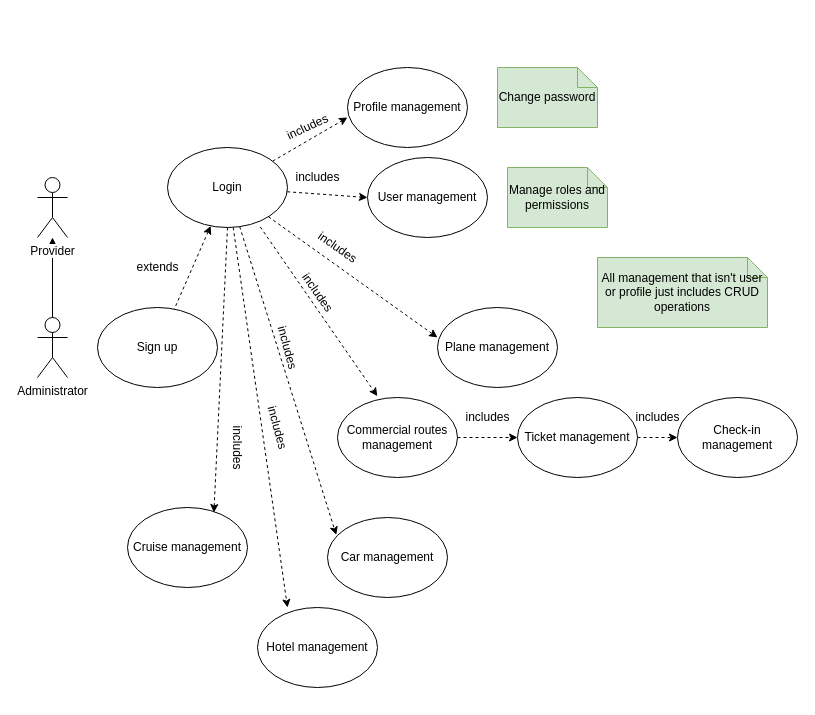
NeutronBlast/IS-Ex keeps this draw.io diagram as Vacanze/Use cases.drawio. Above is the earlier version. Source tidied: cells renumbered, new cells numbered last; positions are measured from the earlier drawing's top-left corner, leaving out a move shared by most shapes. Both pictures are drawn from the tidied source at 100%, with x=0, y=0 at pixel (37, 67).
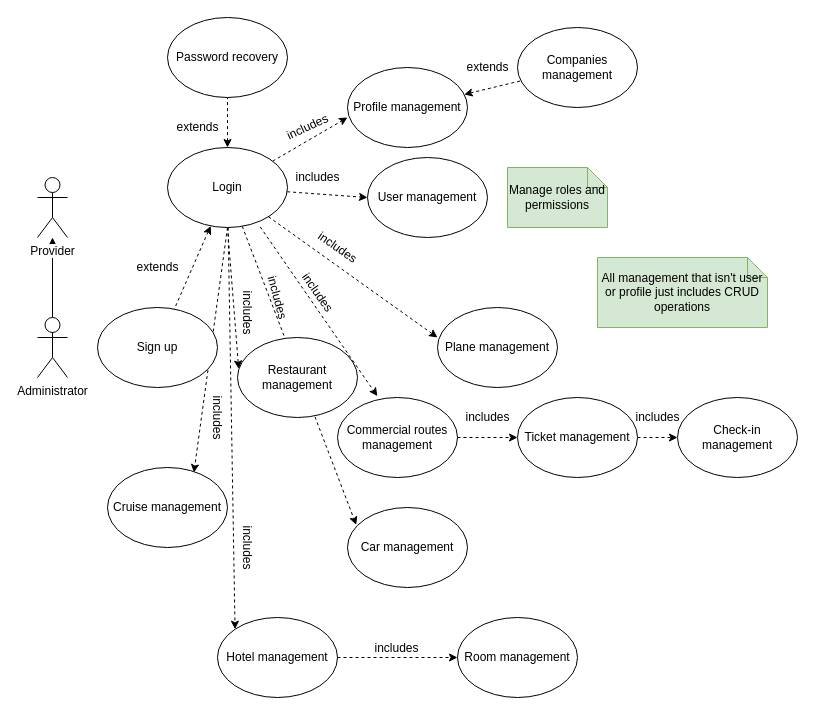
The same page after the edit.

The change refers to these unchanged cells:
```xml
<mxCell id="11" value="Login" style="ellipse;whiteSpace=wrap;html=1;" parent="1" vertex="1">
  <mxGeometry x="130" y="80" width="120" height="80" as="geometry" />
</mxCell>
<mxCell id="13" value="Profile management" style="ellipse;whiteSpace=wrap;html=1;" parent="1" vertex="1">
  <mxGeometry x="310" width="120" height="80" as="geometry" />
</mxCell>
```

Diff of the diagram source:
```diff
@@
-    <mxCell id="9" style="edgeStyle=none;rounded=0;jettySize=auto;html=1;dashed=1;startArrow=none;startFill=0;endArrow=classic;endFill=1;" parent="1" edge="1" source="11">
-      <mxGeometry relative="1" as="geometry">
-        <mxPoint x="250" y="540" as="targetPoint" />
-      </mxGeometry>
+    <mxCell id="9" style="edgeStyle=none;rounded=0;jettySize=auto;html=1;dashed=1;startArrow=none;startFill=0;endArrow=classic;endFill=1;entryX=0;entryY=0;entryDx=0;entryDy=0;" parent="1" edge="1" source="11" target="30">
+      <mxGeometry relative="1" as="geometry" />
     </mxCell>
@@
+    <mxCell id="39" style="rounded=0;jettySize=auto;html=1;exitX=0.5;exitY=1;exitDx=0;exitDy=0;entryX=0.01;entryY=0.393;entryDx=0;entryDy=0;entryPerimeter=0;dashed=1;" parent="1" edge="1" source="11" target="43">
+      <mxGeometry relative="1" as="geometry" />
+    </mxCell>
+    <mxCell id="40" style="edgeStyle=orthogonalEdgeStyle;rounded=0;jettySize=auto;html=1;exitX=0.5;exitY=0;exitDx=0;exitDy=0;entryX=0.5;entryY=1;entryDx=0;entryDy=0;dashed=1;endArrow=none;endFill=0;startArrow=classic;startFill=1;" parent="1" edge="1" source="11" target="45">
+      <mxGeometry relative="1" as="geometry" />
+    </mxCell>
@@
+    <mxCell id="41" style="rounded=0;jettySize=auto;html=1;endArrow=none;endFill=0;startArrow=classic;startFill=1;dashed=1;" parent="1" edge="1" source="13" target="47">
+      <mxGeometry relative="1" as="geometry" />
+    </mxCell>
@@
-    <mxCell id="16" value="Change password" style="shape=note;size=20;whiteSpace=wrap;html=1;fillColor=#d5e8d4;strokeColor=#82b366;" parent="1" vertex="1">
-      <mxGeometry x="460" width="100" height="60" as="geometry" />
-    </mxCell>
@@
     <mxCell id="29" value="Car management" style="ellipse;whiteSpace=wrap;html=1;" parent="1" vertex="1">
-      <mxGeometry x="290" y="450" width="120" height="80" as="geometry" />
+      <mxGeometry x="310" y="440" width="120" height="80" as="geometry" />
     </mxCell>
+    <mxCell id="42" style="edgeStyle=orthogonalEdgeStyle;rounded=0;jettySize=auto;html=1;endArrow=classic;endFill=1;dashed=1;" parent="1" edge="1" source="30">
+      <mxGeometry relative="1" as="geometry">
+        <mxPoint x="420" y="590" as="targetPoint" />
+      </mxGeometry>
+    </mxCell>
     <mxCell id="30" value="Hotel management" style="ellipse;whiteSpace=wrap;html=1;" parent="1" vertex="1">
-      <mxGeometry x="220" y="540" width="120" height="80" as="geometry" />
+      <mxGeometry x="180" y="550" width="120" height="80" as="geometry" />
     </mxCell>
     <mxCell id="31" value="Cruise management" style="ellipse;whiteSpace=wrap;html=1;" parent="1" vertex="1">
-      <mxGeometry x="90" y="440" width="120" height="80" as="geometry" />
+      <mxGeometry x="70" y="400" width="120" height="80" as="geometry" />
     </mxCell>
@@
     <mxCell id="36" value="includes" style="text;html=1;align=center;verticalAlign=middle;rotation=75;" parent="1" vertex="1">
-      <mxGeometry x="220" y="270" width="60" height="20" as="geometry" />
+      <mxGeometry x="210" y="220" width="60" height="20" as="geometry" />
     </mxCell>
-    <mxCell id="37" value="includes" style="text;html=1;align=center;verticalAlign=middle;rotation=75;" parent="1" vertex="1">
-      <mxGeometry x="210" y="350" width="60" height="20" as="geometry" />
+    <mxCell id="37" value="includes" style="text;html=1;align=center;verticalAlign=middle;rotation=90;" parent="1" vertex="1">
+      <mxGeometry x="180" y="235" width="60" height="20" as="geometry" />
     </mxCell>
     <mxCell id="38" value="includes" style="text;html=1;align=center;verticalAlign=middle;rotation=90;" parent="1" vertex="1">
-      <mxGeometry x="170" y="370" width="60" height="20" as="geometry" />
+      <mxGeometry x="150" y="340" width="60" height="20" as="geometry" />
     </mxCell>
+    <mxCell id="43" value="Restaurant management" style="ellipse;whiteSpace=wrap;html=1;" parent="1" vertex="1">
+      <mxGeometry x="200" y="270" width="120" height="80" as="geometry" />
+    </mxCell>
+    <mxCell id="44" value="includes" style="text;html=1;align=center;verticalAlign=middle;rotation=90;" parent="1" vertex="1">
+      <mxGeometry x="180" y="470" width="60" height="20" as="geometry" />
+    </mxCell>
+    <mxCell id="45" value="Password recovery" style="ellipse;whiteSpace=wrap;html=1;" parent="1" vertex="1">
+      <mxGeometry x="130" y="-50" width="120" height="80" as="geometry" />
+    </mxCell>
+    <mxCell id="46" value="extends" style="text;html=1;align=center;verticalAlign=middle;rotation=0;" parent="1" vertex="1">
+      <mxGeometry x="130" y="50" width="60" height="20" as="geometry" />
+    </mxCell>
+    <mxCell id="47" value="Companies management" style="ellipse;whiteSpace=wrap;html=1;" parent="1" vertex="1">
+      <mxGeometry x="480" y="-40" width="120" height="80" as="geometry" />
+    </mxCell>
+    <mxCell id="48" value="extends" style="text;html=1;align=center;verticalAlign=middle;rotation=0;" parent="1" vertex="1">
+      <mxGeometry x="420" y="-10" width="60" height="20" as="geometry" />
+    </mxCell>
+    <mxCell id="49" value="includes" style="text;html=1;align=center;verticalAlign=middle;" parent="1" vertex="1">
+      <mxGeometry x="329" y="571" width="60" height="20" as="geometry" />
+    </mxCell>
+    <mxCell id="50" value="Room management" style="ellipse;whiteSpace=wrap;html=1;" parent="1" vertex="1">
+      <mxGeometry x="420" y="550" width="120" height="80" as="geometry" />
+    </mxCell>
```
